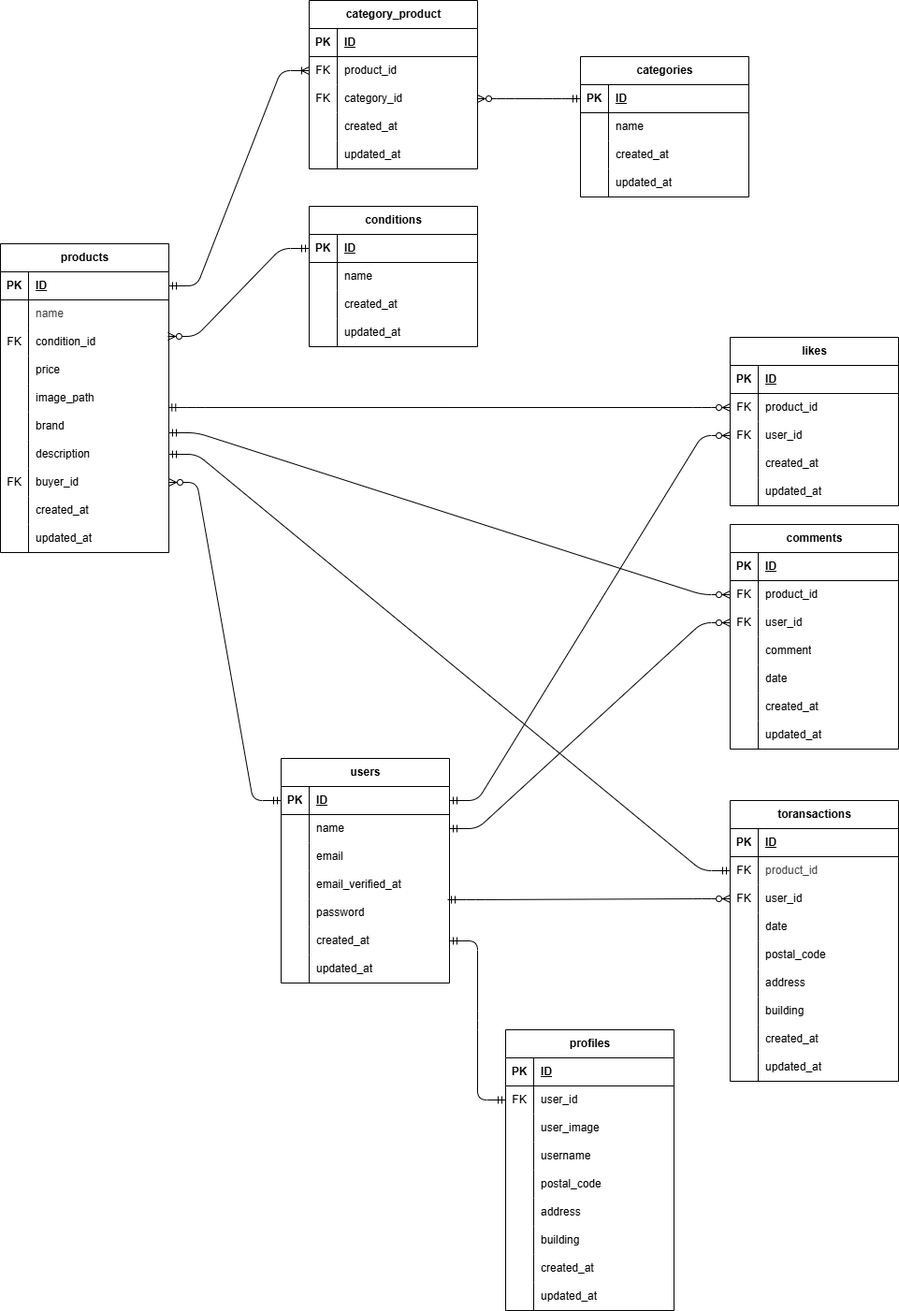
The draw.io diagram ER.drawio.png in sazenshinji/shigeno-sp1a-furima, before a commit. Source tidied: cells renumbered, new cells last; positions are measured from the earlier drawing's top-left corner, leaving out a move shared by most shapes.
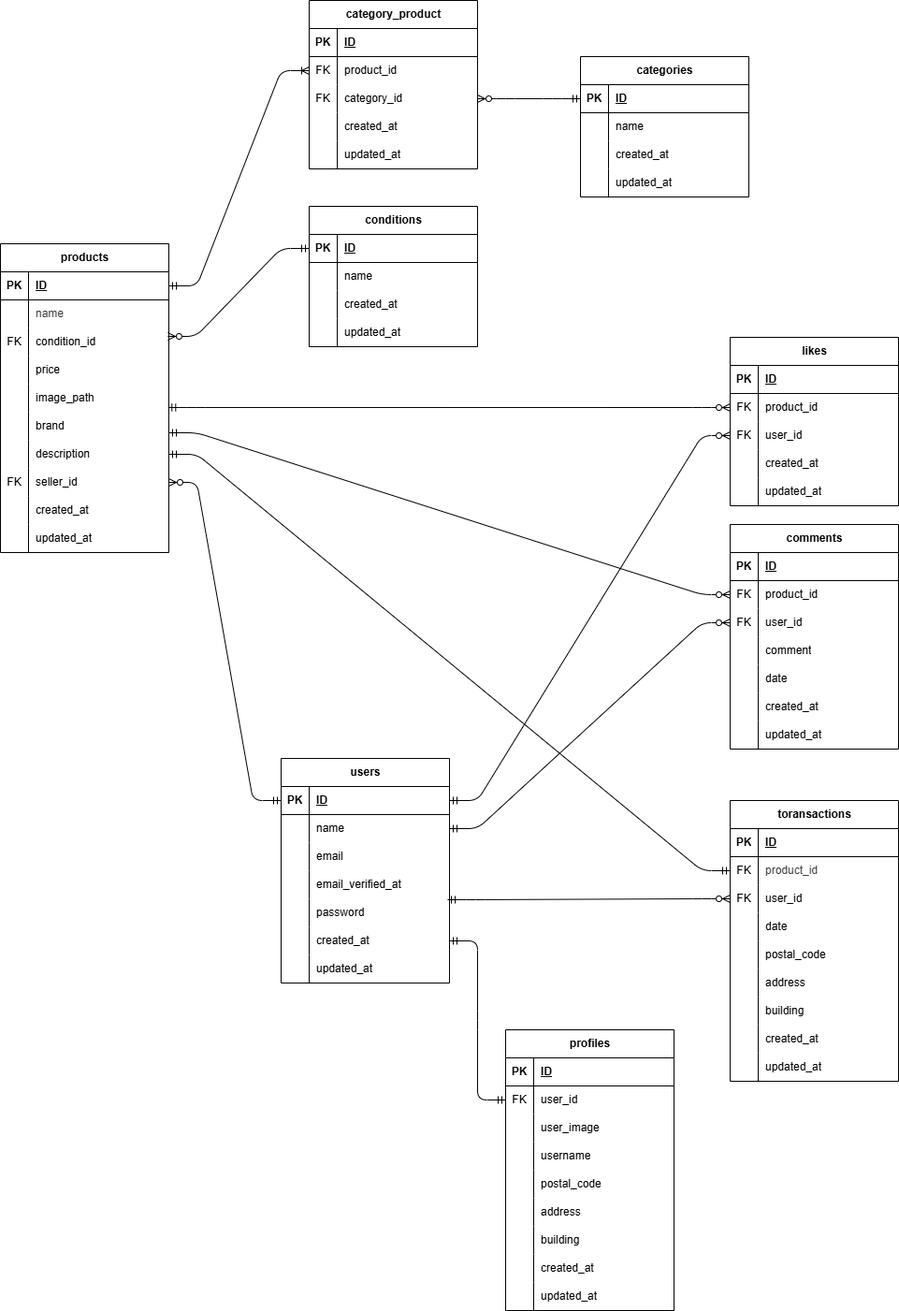
The same file after the commit.

What changed in the source:
```diff
@@ -74,7 +74,7 @@
     <mxCell id="25" value="FK" style="shape=partialRectangle;fillColor=none;top=0;left=0;bottom=0;right=0;overflow=hidden;whiteSpace=wrap;html=1;" parent="24" vertex="1">
       <mxGeometry width="30" height="30" as="geometry" />
     </mxCell>
-    <mxCell id="26" value="buyer_id" style="shape=partialRectangle;fillColor=none;top=0;left=0;bottom=0;right=0;align=left;spacingLeft=6;overflow=hidden;whiteSpace=wrap;html=1;" parent="24" vertex="1">
+    <mxCell id="26" value="seller_id" style="shape=partialRectangle;fillColor=none;top=0;left=0;bottom=0;right=0;align=left;spacingLeft=6;overflow=hidden;whiteSpace=wrap;html=1;" parent="24" vertex="1">
       <mxGeometry x="30" width="150" height="30" as="geometry" />
     </mxCell>
     <mxCell id="27" style="shape=tableRow;horizontal=0;startSize=0;swimlaneHead=0;swimlaneBody=0;fillColor=none;top=0;left=0;right=0;bottom=0;" parent="2" vertex="1">
```
